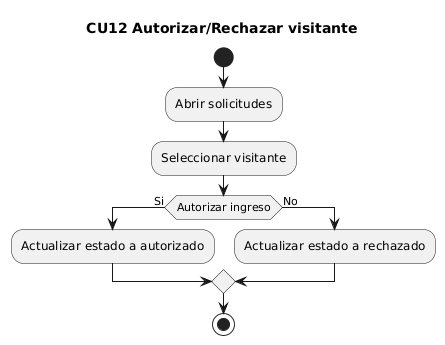
Before: docs/uml/render/actividades_cu/CU12_actividad_autorizar_rechazar_visitante.png, a diagram exported from PlantUML (maranavard/SISTEMA-COMPUTACIONAL-PARA-LA-GESTION-Y-CONTROL-DE-ACCESO-DE-AUTOMOVILES-M-DULO-WEB). The source it was exported from:
```plantuml
@startuml
title CU12 Autorizar/Rechazar visitante
start
:Abrir solicitudes;
:Seleccionar visitante;
if (Autorizar ingreso) then (Si)
  :Actualizar estado a autorizado;
else (No)
  :Actualizar estado a rechazado;
endif
stop
@enduml
```
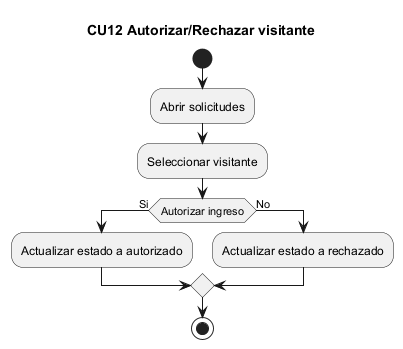
The same file after the commit.

What changed in the source:
```diff
@@ -1,4 +1,4 @@
-@startuml
+@startuml CU12_actividad_autorizar_rechazar_visitante
 title CU12 Autorizar/Rechazar visitante
 start
 :Abrir solicitudes;
```
